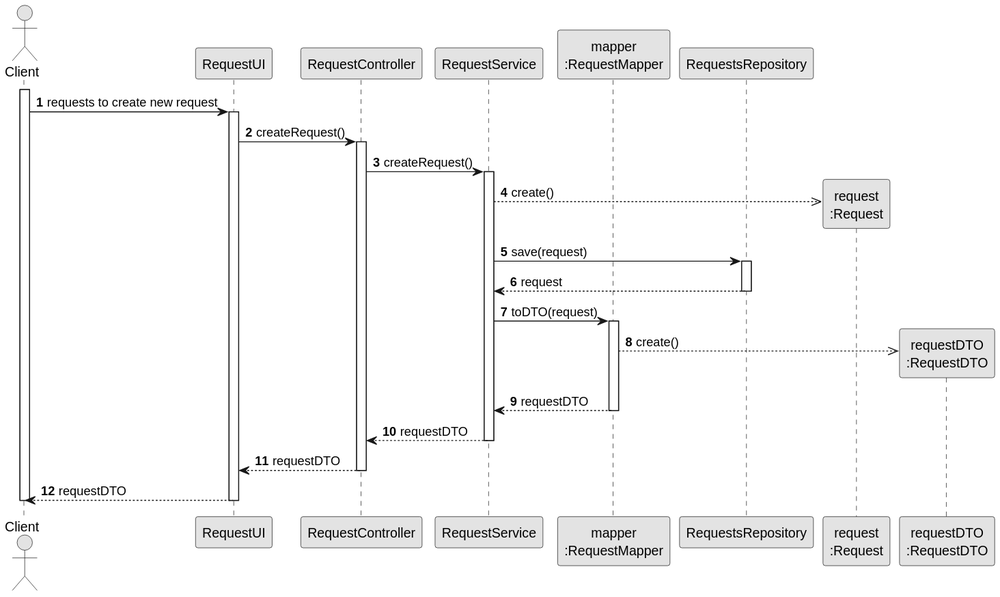
Earlier version of the PlantUML export Docs/US16/03-design/US16-SD.svg (vivianeaalmeida/ComeAndGet). Its diagram source:
```plantuml
@startuml
skinparam monochrome true
skinparam packageStyle rectangle
skinparam shadowing false

autonumber

actor "Client" as USER
participant "RequestUI" as UI
participant "RequestController" as CTRL
participant "RequestService" as SERV
participant "mapper\n:RequestMapper" as MAPPER
participant "RequestsRepository" as AD_REPO
participant "request\n:Request" as request
participant "requestDTO\n:RequestDTO" as requestDTO



activate USER

    USER -> UI : requests to create new request
    activate UI
        UI -> CTRL : createRequest()
        activate CTRL
            CTRL -> SERV : createRequest()
            activate SERV
                    SERV -->> request**: create()
                deactivate MAPPER

                SERV -> AD_REPO : save(request)
                activate AD_REPO
                    AD_REPO --> SERV : request
                deactivate AD_REPO

                SERV -> MAPPER : toDTO(request)
                activate MAPPER
                    MAPPER -->> requestDTO**: create()
                    MAPPER --> SERV : requestDTO
                deactivate MAPPER
                SERV --> CTRL : requestDTO
        deactivate SERV
        CTRL --> UI : requestDTO
        deactivate CTRL
    UI --> USER : requestDTO
    deactivate UI
deactivate USER
@enduml
```
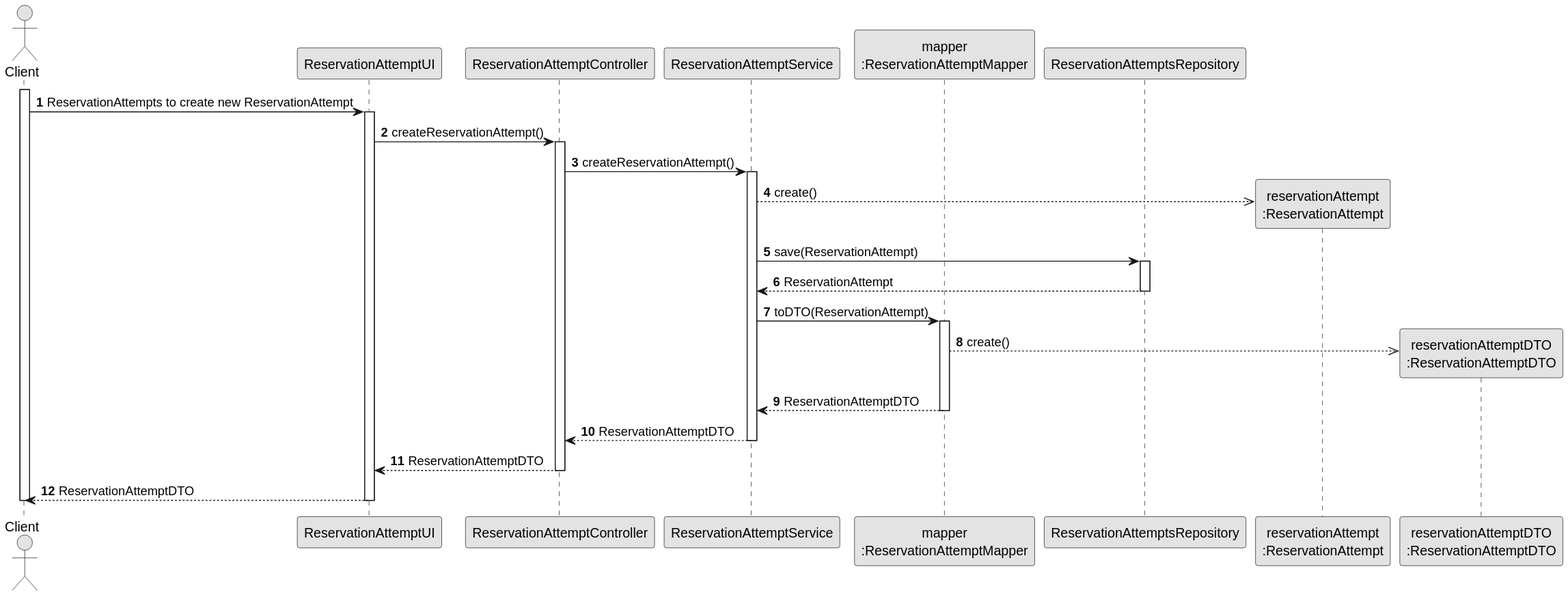
Later version of the same file.

The edit, as a diff of the source:
```diff
@@ -6,42 +6,42 @@
 autonumber
 
 actor "Client" as USER
-participant "RequestUI" as UI
-participant "RequestController" as CTRL
-participant "RequestService" as SERV
-participant "mapper\n:RequestMapper" as MAPPER
-participant "RequestsRepository" as AD_REPO
-participant "request\n:Request" as request
-participant "requestDTO\n:RequestDTO" as requestDTO
+participant "ReservationAttemptUI" as UI
+participant "ReservationAttemptController" as CTRL
+participant "ReservationAttemptService" as SERV
+participant "mapper\n:ReservationAttemptMapper" as MAPPER
+participant "ReservationAttemptsRepository" as AD_REPO
+participant "reservationAttempt\n:ReservationAttempt" as ReservationAttempt
+participant "reservationAttemptDTO\n:ReservationAttemptDTO" as ReservationAttemptDTO
 
 
 
 activate USER
 
-    USER -> UI : requests to create new request
+    USER -> UI : ReservationAttempts to create new ReservationAttempt
     activate UI
-        UI -> CTRL : createRequest()
+        UI -> CTRL : createReservationAttempt()
         activate CTRL
-            CTRL -> SERV : createRequest()
+            CTRL -> SERV : createReservationAttempt()
             activate SERV
-                    SERV -->> request**: create()
+                    SERV -->> ReservationAttempt**: create()
                 deactivate MAPPER
 
-                SERV -> AD_REPO : save(request)
+                SERV -> AD_REPO : save(ReservationAttempt)
                 activate AD_REPO
-                    AD_REPO --> SERV : request
+                    AD_REPO --> SERV : ReservationAttempt
                 deactivate AD_REPO
 
-                SERV -> MAPPER : toDTO(request)
+                SERV -> MAPPER : toDTO(ReservationAttempt)
                 activate MAPPER
-                    MAPPER -->> requestDTO**: create()
-                    MAPPER --> SERV : requestDTO
+                    MAPPER -->> ReservationAttemptDTO**: create()
+                    MAPPER --> SERV : ReservationAttemptDTO
                 deactivate MAPPER
-                SERV --> CTRL : requestDTO
+                SERV --> CTRL : ReservationAttemptDTO
         deactivate SERV
-        CTRL --> UI : requestDTO
+        CTRL --> UI : ReservationAttemptDTO
         deactivate CTRL
-    UI --> USER : requestDTO
+    UI --> USER : ReservationAttemptDTO
     deactivate UI
 deactivate USER
 @enduml
```
